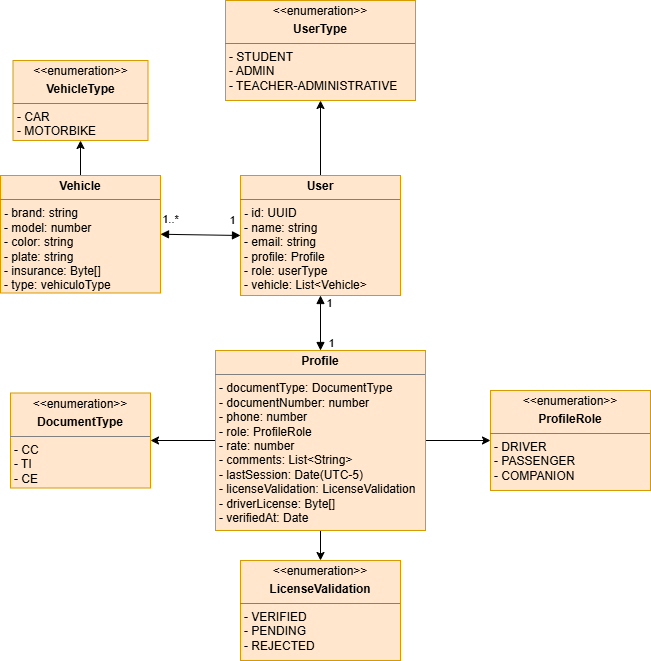
This is docs/uml/DiagramaDeClases.png from RidECI-Legacy/sonic-user-service, a draw.io export, as it was before one commit. Source tidied: cells renumbered, new cells last; positions are measured from the earlier drawing's top-left corner, leaving out a move shared by most shapes.
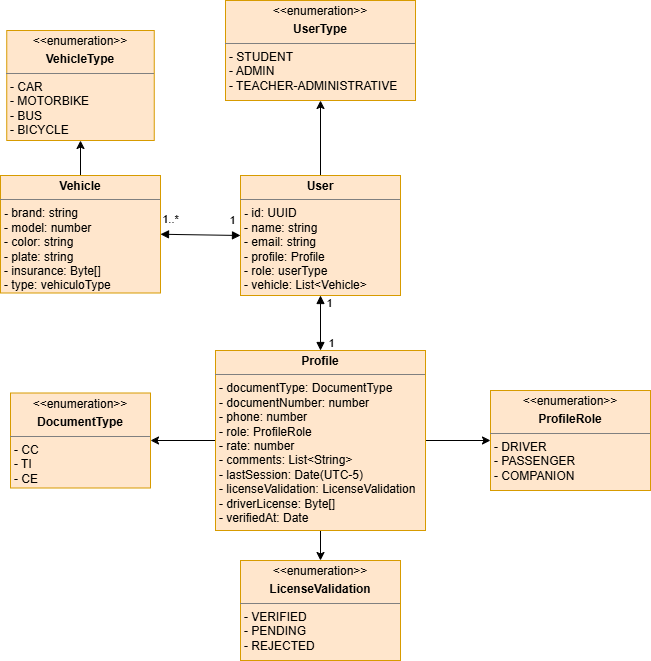
The same diagram one commit later.

What changed in the source:
```diff
@@ -61,8 +61,8 @@
     <mxCell id="18" value="&lt;p style=&quot;margin:0px;margin-top:4px;text-align:center;&quot;&gt;&amp;lt;&amp;lt;enumeration&amp;gt;&amp;gt;&lt;/p&gt;&lt;p style=&quot;margin:0px;margin-top:4px;text-align:center;&quot;&gt;&lt;b&gt;DocumentType&lt;/b&gt;&lt;/p&gt;&lt;hr size=&quot;1&quot; style=&quot;border-style:solid;&quot;&gt;&lt;p style=&quot;margin:0px;margin-left:4px;&quot;&gt;- CC&lt;br&gt;&lt;/p&gt;&lt;p style=&quot;margin:0px;margin-left:4px;&quot;&gt;- TI&lt;/p&gt;&lt;p style=&quot;margin:0px;margin-left:4px;&quot;&gt;- CE&lt;/p&gt;" style="verticalAlign=top;align=left;overflow=fill;html=1;whiteSpace=wrap;fillColor=#ffe6cc;strokeColor=#d79b00;" parent="1" vertex="1">
       <mxGeometry x="10" y="392.5" width="140" height="95" as="geometry" />
     </mxCell>
-    <mxCell id="19" value="&lt;p style=&quot;margin:0px;margin-top:4px;text-align:center;&quot;&gt;&amp;lt;&amp;lt;enumeration&amp;gt;&amp;gt;&lt;/p&gt;&lt;p style=&quot;margin:0px;margin-top:4px;text-align:center;&quot;&gt;&lt;b&gt;VehicleType&lt;/b&gt;&lt;/p&gt;&lt;hr size=&quot;1&quot; style=&quot;border-style:solid;&quot;&gt;&lt;p style=&quot;margin:0px;margin-left:4px;&quot;&gt;- CAR&lt;/p&gt;&lt;p style=&quot;margin:0px;margin-left:4px;&quot;&gt;- MOTORBIKE&lt;/p&gt;" style="verticalAlign=top;align=left;overflow=fill;html=1;whiteSpace=wrap;fillColor=#ffe6cc;strokeColor=#d79b00;" parent="1" vertex="1">
-      <mxGeometry x="12.5" y="60" width="135" height="80" as="geometry" />
+    <mxCell id="19" value="&lt;p style=&quot;margin:0px;margin-top:4px;text-align:center;&quot;&gt;&amp;lt;&amp;lt;enumeration&amp;gt;&amp;gt;&lt;/p&gt;&lt;p style=&quot;margin:0px;margin-top:4px;text-align:center;&quot;&gt;&lt;b&gt;VehicleType&lt;/b&gt;&lt;/p&gt;&lt;hr size=&quot;1&quot; style=&quot;border-style:solid;&quot;&gt;&lt;p style=&quot;margin:0px;margin-left:4px;&quot;&gt;- CAR&lt;/p&gt;&lt;p style=&quot;margin:0px;margin-left:4px;&quot;&gt;- MOTORBIKE&lt;/p&gt;&lt;p style=&quot;margin:0px;margin-left:4px;&quot;&gt;- BUS&lt;/p&gt;&lt;p style=&quot;margin:0px;margin-left:4px;&quot;&gt;- BICYCLE&lt;/p&gt;" style="verticalAlign=top;align=left;overflow=fill;html=1;whiteSpace=wrap;fillColor=#ffe6cc;strokeColor=#d79b00;" parent="1" vertex="1">
+      <mxGeometry x="6.2" y="30" width="147.5" height="110" as="geometry" />
     </mxCell>
     <mxCell id="20" value="&lt;p style=&quot;margin:0px;margin-top:4px;text-align:center;&quot;&gt;&amp;lt;&amp;lt;enumeration&amp;gt;&amp;gt;&lt;/p&gt;&lt;p style=&quot;margin:0px;margin-top:4px;text-align:center;&quot;&gt;&lt;b&gt;LicenseValidation&lt;/b&gt;&lt;/p&gt;&lt;hr size=&quot;1&quot; style=&quot;border-style:solid;&quot;&gt;&lt;p style=&quot;margin:0px;margin-left:4px;&quot;&gt;- VERIFIED&lt;/p&gt;&lt;p style=&quot;margin:0px;margin-left:4px;&quot;&gt;- PENDING&lt;/p&gt;&lt;p style=&quot;margin:0px;margin-left:4px;&quot;&gt;- REJECTED&lt;br&gt;&lt;/p&gt;" style="verticalAlign=top;align=left;overflow=fill;html=1;whiteSpace=wrap;fillColor=#ffe6cc;strokeColor=#d79b00;" parent="1" vertex="1">
       <mxGeometry x="240" y="560" width="160" height="100" as="geometry" />
```
